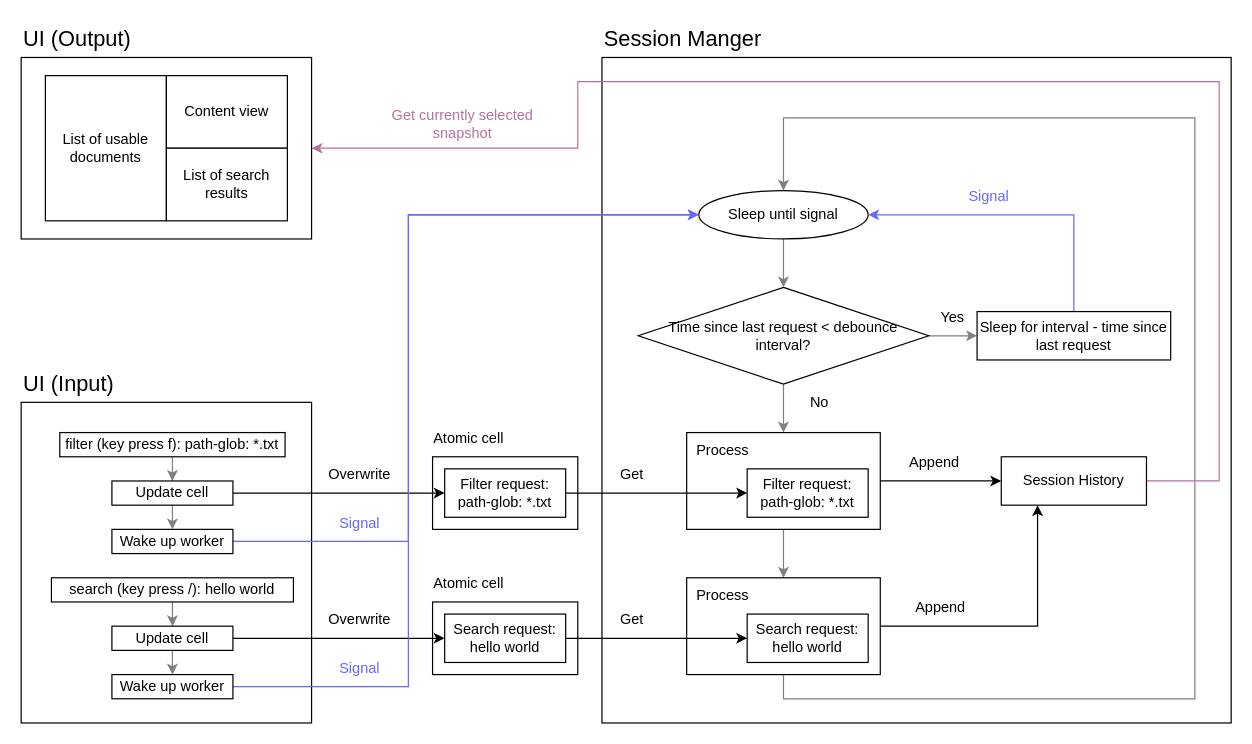
Earlier version of the draw.io diagram page "session-manager" (8 of 8) of docfd.drawio (darrenldl/darrenldl.github.io). Source tidied: cells renumbered, new cells numbered last; positions are measured from the earlier drawing's top-left corner, leaving out a move shared by most shapes. Both pictures are drawn from the tidied source at 121%, with x=0, y=0 at pixel (21, 21).
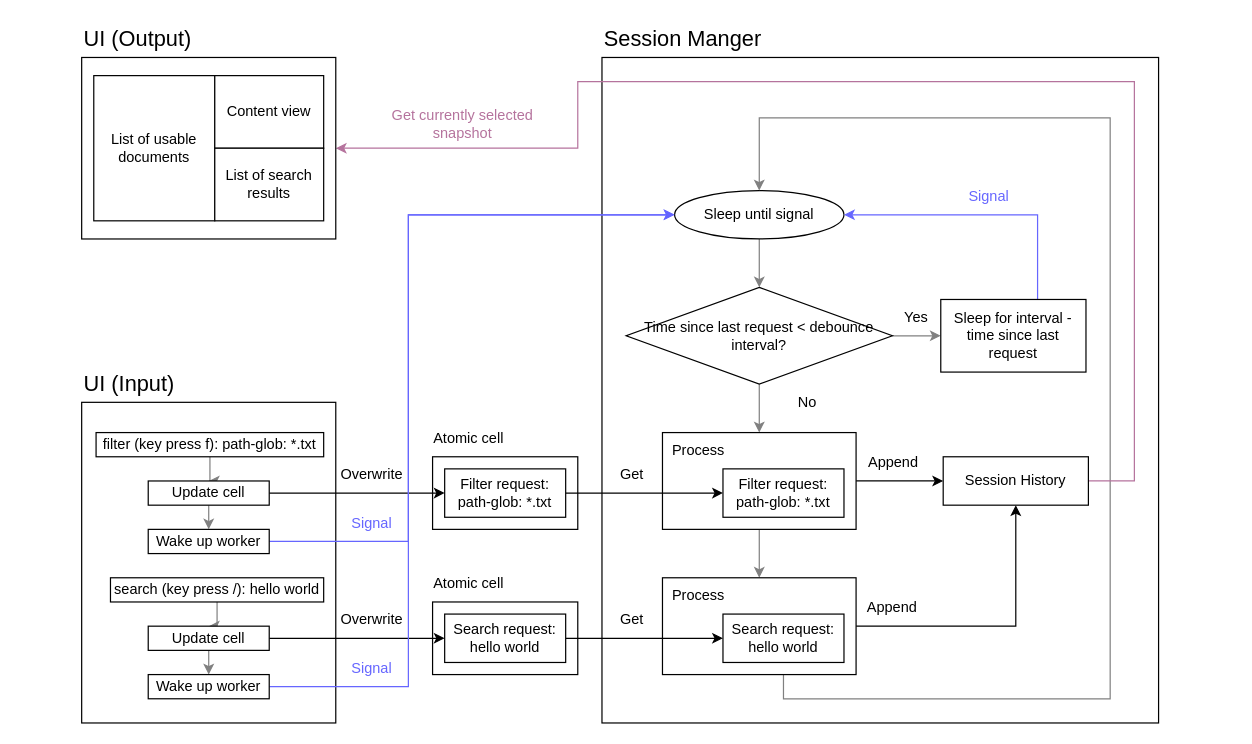
After the change.

What changed in the source:
```diff
@@
-    <mxCell id="2" style="rounded=0;whiteSpace=wrap;html=1;" parent="1" vertex="1">
-      <mxGeometry x="15" y="330" width="120" height="60" as="geometry" />
-    </mxCell>
     <mxCell id="3" style="rounded=0;whiteSpace=wrap;html=1;" parent="1" vertex="1">
-      <mxGeometry y="315" width="240" height="265" as="geometry" />
+      <mxGeometry x="50" y="315" width="210" height="265" as="geometry" />
     </mxCell>
     <mxCell id="4" style="rounded=0;whiteSpace=wrap;html=1;" parent="1" vertex="1">
-      <mxGeometry x="480" y="30" width="520" height="550" as="geometry" />
+      <mxGeometry x="480" y="30" width="460" height="550" as="geometry" />
     </mxCell>
@@
-    <mxCell id="6" style="edgeStyle=orthogonalEdgeStyle;rounded=0;jettySize=auto;html=1;strokeColor=#808080;" parent="1" edge="1" source="7">
-      <mxGeometry relative="1" as="geometry">
-        <mxPoint x="630" y="220" as="targetPoint" />
-      </mxGeometry>
+    <mxCell id="6" style="edgeStyle=orthogonalEdgeStyle;rounded=0;jettySize=auto;html=1;strokeColor=#808080;entryX=0.5;entryY=0;entryDx=0;entryDy=0;" parent="1" edge="1" source="7" target="10">
+      <mxGeometry relative="1" as="geometry" />
     </mxCell>
     <mxCell id="7" value="Sleep until signal" style="ellipse;whiteSpace=wrap;html=1;shapeInside=1;" parent="1" vertex="1">
-      <mxGeometry x="560" y="140" width="140" height="40" as="geometry" />
+      <mxGeometry x="540" y="140" width="140" height="40" as="geometry" />
     </mxCell>
@@
     <mxCell id="10" value="Time since last request &amp;lt; debounce interval?" style="rhombus;whiteSpace=wrap;html=1;shapeInside=1;" parent="1" vertex="1">
-      <mxGeometry x="510" y="220" width="240" height="80" as="geometry" />
+      <mxGeometry x="500" y="220" width="220" height="80" as="geometry" />
     </mxCell>
     <mxCell id="11" style="edgeStyle=orthogonalEdgeStyle;rounded=0;jettySize=auto;html=1;entryX=1;entryY=0.5;entryDx=0;entryDy=0;strokeColor=#6666FF;" parent="1" edge="1" source="12" target="7">
       <mxGeometry relative="1" as="geometry">
         <Array as="points">
-          <mxPoint x="870" y="160" />
+          <mxPoint x="840" y="160" />
         </Array>
       </mxGeometry>
     </mxCell>
-    <mxCell id="12" value="Sleep for interval - time since last request" style="rounded=0;whiteSpace=wrap;html=1;" parent="1" vertex="1">
-      <mxGeometry x="790" y="240" width="160" height="40" as="geometry" />
+    <mxCell id="12" value="Sleep for interval -&lt;br&gt;time since last request" style="rounded=0;whiteSpace=wrap;html=1;" parent="1" vertex="1">
+      <mxGeometry x="760" y="230" width="120" height="60" as="geometry" />
     </mxCell>
     <mxCell id="13" value="Yes" style="text;html=1;whiteSpace=wrap;strokeColor=none;fillColor=none;align=center;verticalAlign=middle;rounded=0;" parent="1" vertex="1">
-      <mxGeometry x="750" y="230" width="40" height="30" as="geometry" />
+      <mxGeometry x="720" y="230" width="40" height="30" as="geometry" />
     </mxCell>
@@
     <mxCell id="16" style="rounded=0;whiteSpace=wrap;html=1;" parent="1" vertex="1">
-      <mxGeometry x="550" y="340" width="160" height="80" as="geometry" />
+      <mxGeometry x="530" y="340" width="160" height="80" as="geometry" />
     </mxCell>
@@
     <mxCell id="19" value="Process" style="text;html=1;whiteSpace=wrap;strokeColor=none;fillColor=none;align=center;verticalAlign=middle;rounded=0;" parent="1" vertex="1">
-      <mxGeometry x="550" y="340" width="60" height="30" as="geometry" />
+      <mxGeometry x="530" y="340" width="60" height="30" as="geometry" />
     </mxCell>
     <mxCell id="20" value="Filter request: path-glob: *.txt" style="rounded=0;whiteSpace=wrap;html=1;" parent="1" vertex="1">
-      <mxGeometry x="600" y="370" width="100" height="40" as="geometry" />
+      <mxGeometry x="580" y="370" width="100" height="40" as="geometry" />
     </mxCell>
@@
     <mxCell id="23" value="No" style="text;html=1;whiteSpace=wrap;strokeColor=none;fillColor=none;align=center;verticalAlign=middle;rounded=0;" parent="1" vertex="1">
-      <mxGeometry x="630" y="300" width="60" height="30" as="geometry" />
+      <mxGeometry x="620" y="300" width="60" height="30" as="geometry" />
     </mxCell>
     <mxCell id="24" style="edgeStyle=orthogonalEdgeStyle;rounded=0;jettySize=auto;html=1;entryX=0.5;entryY=0;entryDx=0;entryDy=0;strokeColor=#808080;" parent="1" edge="1" source="26" target="7">
       <mxGeometry relative="1" as="geometry">
         <Array as="points">
           <mxPoint x="630" y="560" />
-          <mxPoint x="970" y="560" />
-          <mxPoint x="970" y="80" />
-          <mxPoint x="630" y="80" />
+          <mxPoint x="900" y="560" />
+          <mxPoint x="900" y="80" />
+          <mxPoint x="610" y="80" />
         </Array>
       </mxGeometry>
     </mxCell>
-    <mxCell id="25" style="edgeStyle=orthogonalEdgeStyle;rounded=0;jettySize=auto;html=1;entryX=0.25;entryY=1;entryDx=0;entryDy=0;" parent="1" edge="1" source="26" target="53">
+    <mxCell id="25" style="edgeStyle=orthogonalEdgeStyle;rounded=0;jettySize=auto;html=1;entryX=0.5;entryY=1;entryDx=0;entryDy=0;" parent="1" edge="1" source="26" target="53">
       <mxGeometry relative="1" as="geometry" />
     </mxCell>
     <mxCell id="26" style="rounded=0;whiteSpace=wrap;html=1;" parent="1" vertex="1">
-      <mxGeometry x="550" y="460" width="160" height="80" as="geometry" />
+      <mxGeometry x="530" y="460" width="160" height="80" as="geometry" />
     </mxCell>
     <mxCell id="27" value="Process" style="text;html=1;whiteSpace=wrap;strokeColor=none;fillColor=none;align=center;verticalAlign=middle;rounded=0;" parent="1" vertex="1">
-      <mxGeometry x="550" y="460" width="60" height="30" as="geometry" />
+      <mxGeometry x="530" y="460" width="60" height="30" as="geometry" />
     </mxCell>
     <mxCell id="28" value="Search request: hello world" style="rounded=0;whiteSpace=wrap;html=1;" parent="1" vertex="1">
-      <mxGeometry x="600" y="490" width="100" height="40" as="geometry" />
+      <mxGeometry x="580" y="490" width="100" height="40" as="geometry" />
     </mxCell>
@@
     <mxCell id="35" value="UI (Input)" style="text;html=1;whiteSpace=wrap;strokeColor=none;fillColor=none;align=left;verticalAlign=middle;rounded=0;fontSize=18;" parent="1" vertex="1">
-      <mxGeometry y="285" width="120" height="30" as="geometry" />
+      <mxGeometry x="50" y="285" width="120" height="30" as="geometry" />
     </mxCell>
@@
     <mxCell id="38" value="search (key press /): hello world" style="rounded=0;whiteSpace=wrap;html=1;" parent="1" vertex="1">
-      <mxGeometry x="25" y="460" width="200" height="20" as="geometry" />
+      <mxGeometry x="73.8" y="460" width="176.2" height="20" as="geometry" />
     </mxCell>
@@
     <mxCell id="41" value="filter (key press f): path-glob: *.txt" style="rounded=0;whiteSpace=wrap;html=1;" parent="1" vertex="1">
-      <mxGeometry x="31.9" y="340" width="186.2" height="20" as="geometry" />
+      <mxGeometry x="61.9" y="340" width="188.1" height="20" as="geometry" />
     </mxCell>
     <mxCell id="42" value="Overwrite" style="text;html=1;whiteSpace=wrap;strokeColor=none;fillColor=none;align=center;verticalAlign=middle;rounded=0;" parent="1" vertex="1">
-      <mxGeometry x="250" y="360" width="60" height="30" as="geometry" />
+      <mxGeometry x="260" y="360" width="60" height="30" as="geometry" />
     </mxCell>
     <mxCell id="43" value="Overwrite" style="text;html=1;whiteSpace=wrap;strokeColor=none;fillColor=none;align=center;verticalAlign=middle;rounded=0;" parent="1" vertex="1">
-      <mxGeometry x="250" y="480" width="60" height="30" as="geometry" />
+      <mxGeometry x="260" y="480" width="60" height="30" as="geometry" />
     </mxCell>
     <mxCell id="44" style="edgeStyle=orthogonalEdgeStyle;rounded=0;jettySize=auto;html=1;strokeColor=#808080;" parent="1" edge="1" source="45">
       <mxGeometry relative="1" as="geometry">
-        <mxPoint x="125" y="420" as="targetPoint" />
+        <mxPoint x="155" y="420" as="targetPoint" />
       </mxGeometry>
     </mxCell>
     <mxCell id="45" value="Update cell" style="rounded=0;whiteSpace=wrap;html=1;" parent="1" vertex="1">
-      <mxGeometry x="75" y="380" width="100" height="20" as="geometry" />
+      <mxGeometry x="105" y="380" width="100" height="20" as="geometry" />
     </mxCell>
@@
     <mxCell id="47" value="Wake up worker" style="rounded=0;whiteSpace=wrap;html=1;" parent="1" vertex="1">
-      <mxGeometry x="75" y="420" width="100" height="20" as="geometry" />
+      <mxGeometry x="105" y="420" width="100" height="20" as="geometry" />
     </mxCell>
     <mxCell id="48" style="edgeStyle=orthogonalEdgeStyle;rounded=0;jettySize=auto;html=1;strokeColor=#808080;" parent="1" edge="1" source="49">
       <mxGeometry relative="1" as="geometry">
-        <mxPoint x="125" y="540" as="targetPoint" />
+        <mxPoint x="155" y="540" as="targetPoint" />
       </mxGeometry>
     </mxCell>
     <mxCell id="49" value="Update cell" style="rounded=0;whiteSpace=wrap;html=1;" parent="1" vertex="1">
-      <mxGeometry x="75" y="500" width="100" height="20" as="geometry" />
+      <mxGeometry x="105" y="500" width="100" height="20" as="geometry" />
     </mxCell>
@@
     <mxCell id="51" value="Wake up worker" style="rounded=0;whiteSpace=wrap;html=1;" parent="1" vertex="1">
-      <mxGeometry x="75" y="540" width="100" height="20" as="geometry" />
+      <mxGeometry x="105" y="540" width="100" height="20" as="geometry" />
     </mxCell>
     <mxCell id="52" style="edgeStyle=orthogonalEdgeStyle;rounded=0;jettySize=auto;html=1;entryX=1;entryY=0.5;entryDx=0;entryDy=0;strokeColor=#B5739D;fontColor=#CDA2BE;" parent="1" edge="1" source="53" target="59">
       <mxGeometry relative="1" as="geometry">
         <Array as="points">
-          <mxPoint x="990.1" y="380" />
-          <mxPoint x="990.1" y="50" />
+          <mxPoint x="920" y="380" />
+          <mxPoint x="920" y="50" />
           <mxPoint x="460" y="50" />
           <mxPoint x="460" y="105" />
         </Array>
       </mxGeometry>
     </mxCell>
     <mxCell id="53" value="Session History" style="rounded=0;whiteSpace=wrap;html=1;" parent="1" vertex="1">
-      <mxGeometry x="810" y="360" width="120" height="40" as="geometry" />
+      <mxGeometry x="762" y="360" width="120" height="40" as="geometry" />
     </mxCell>
     <mxCell id="54" value="Append" style="text;html=1;whiteSpace=wrap;strokeColor=none;fillColor=none;align=center;verticalAlign=middle;rounded=0;" parent="1" vertex="1">
-      <mxGeometry x="725" y="350" width="60" height="30" as="geometry" />
+      <mxGeometry x="691" y="350" width="60" height="30" as="geometry" />
     </mxCell>
     <mxCell id="55" value="Append" style="text;html=1;whiteSpace=wrap;strokeColor=none;fillColor=none;align=center;verticalAlign=middle;rounded=0;" parent="1" vertex="1">
-      <mxGeometry x="730" y="470" width="60" height="30" as="geometry" />
+      <mxGeometry x="690" y="470" width="60" height="30" as="geometry" />
     </mxCell>
     <mxCell id="56" value="Signal" style="text;html=1;whiteSpace=wrap;strokeColor=none;fillColor=none;align=center;verticalAlign=middle;rounded=0;fontColor=#6666FF;" parent="1" vertex="1">
-      <mxGeometry x="250" y="520" width="60" height="30" as="geometry" />
+      <mxGeometry x="260" y="520" width="60" height="30" as="geometry" />
     </mxCell>
@@
     <mxCell id="58" value="UI (Output)" style="text;html=1;whiteSpace=wrap;strokeColor=none;fillColor=none;align=left;verticalAlign=middle;rounded=0;fontSize=18;" parent="1" vertex="1">
-      <mxGeometry width="120" height="30" as="geometry" />
+      <mxGeometry x="50" width="120" height="30" as="geometry" />
     </mxCell>
     <mxCell id="59" style="rounded=0;whiteSpace=wrap;html=1;" parent="1" vertex="1">
-      <mxGeometry y="30" width="240" height="150" as="geometry" />
+      <mxGeometry x="50" y="30" width="210" height="150" as="geometry" />
     </mxCell>
     <mxCell id="60" value="List of usable documents" style="rounded=0;whiteSpace=wrap;html=1;" parent="1" vertex="1">
-      <mxGeometry x="20" y="45" width="100" height="120" as="geometry" />
+      <mxGeometry x="60" y="45" width="100" height="120" as="geometry" />
     </mxCell>
     <mxCell id="61" value="Content view" style="rounded=0;whiteSpace=wrap;html=1;" parent="1" vertex="1">
-      <mxGeometry x="120" y="45" width="100" height="60" as="geometry" />
+      <mxGeometry x="160" y="45" width="90" height="60" as="geometry" />
     </mxCell>
     <mxCell id="62" value="List of search results" style="rounded=0;whiteSpace=wrap;html=1;" parent="1" vertex="1">
-      <mxGeometry x="120" y="105" width="100" height="60" as="geometry" />
+      <mxGeometry x="160" y="105" width="90" height="60" as="geometry" />
     </mxCell>
@@
     <mxCell id="64" value="Signal" style="text;html=1;whiteSpace=wrap;strokeColor=none;fillColor=none;align=center;verticalAlign=middle;rounded=0;fontColor=#6666FF;" parent="1" vertex="1">
-      <mxGeometry x="250" y="400" width="60" height="30" as="geometry" />
+      <mxGeometry x="260" y="400" width="60" height="30" as="geometry" />
     </mxCell>
```
